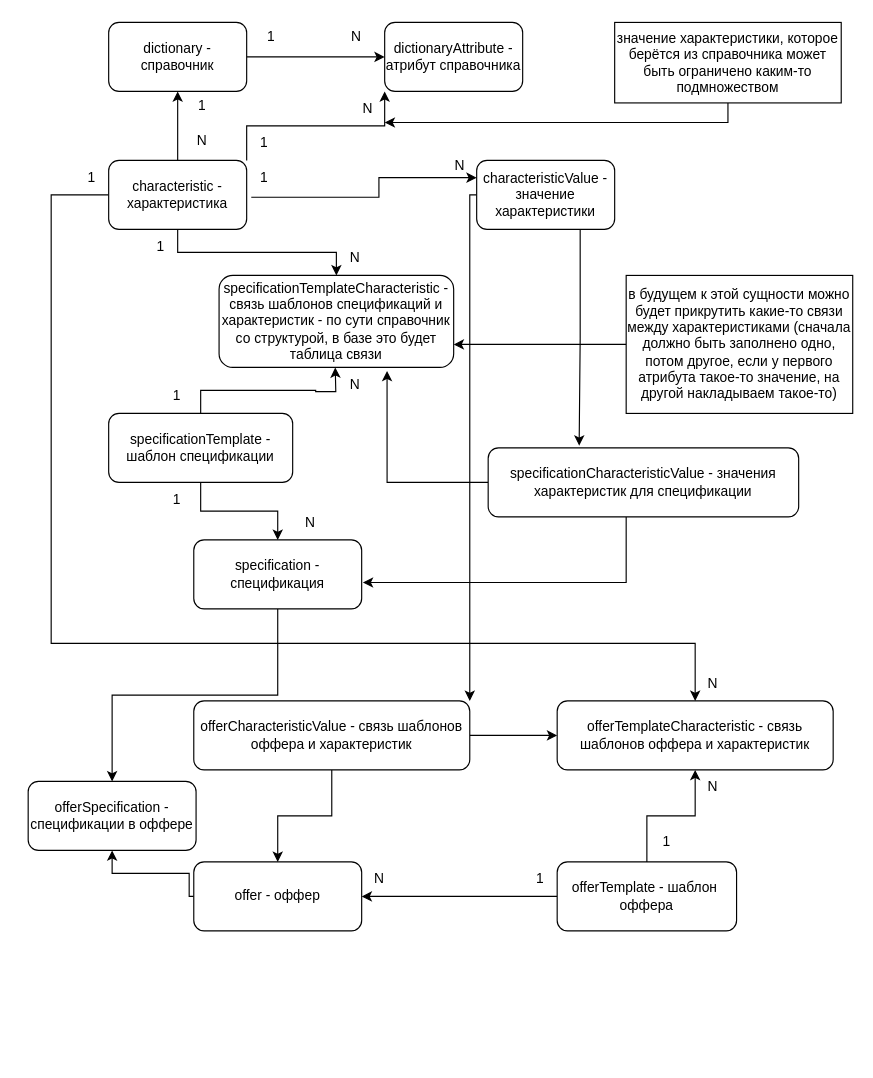
Earlier version of the draw.io diagram prodat.drawio (estet90/todo). Source tidied: cells renumbered, new cells numbered last; positions are measured from the earlier drawing's top-left corner, leaving out a move shared by most shapes. Both pictures are drawn from the tidied source at 115%, with x=0, y=0 at pixel (28, 20).
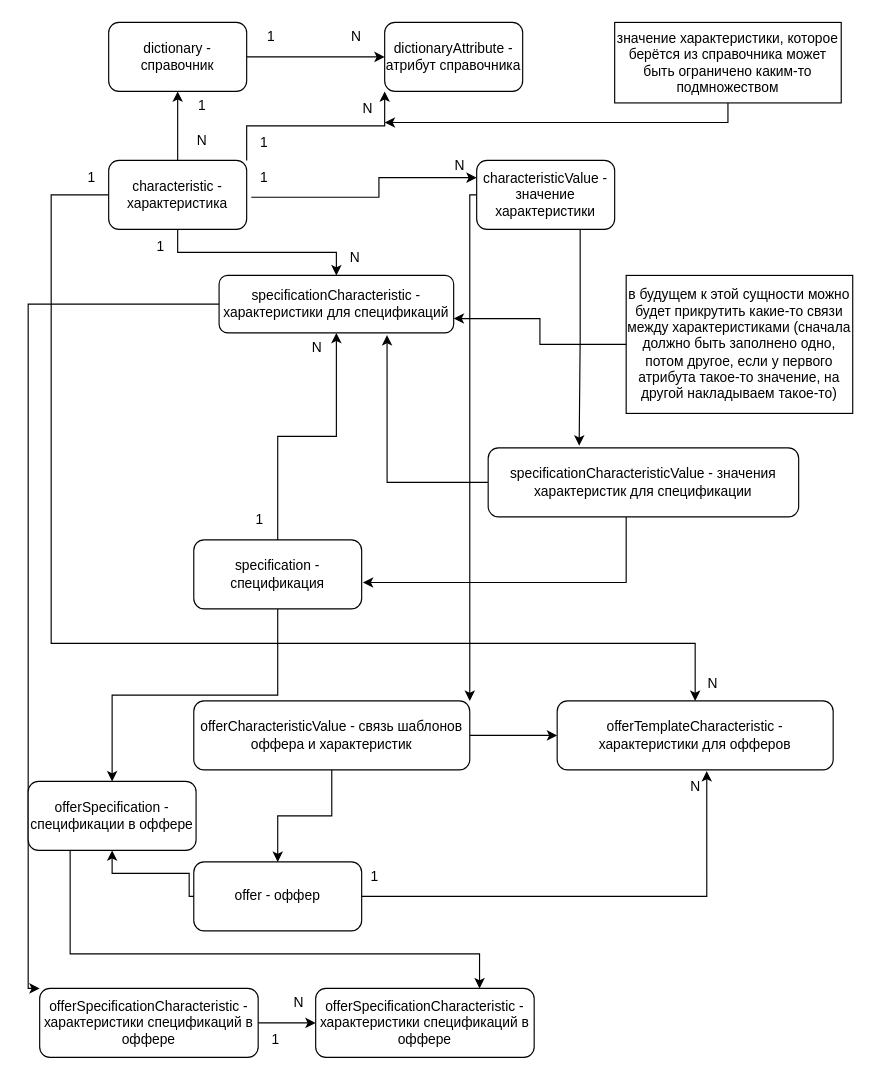
Above is the later version.

The change refers to these unchanged cells:
```xml
<mxCell id="33" value="&lt;div&gt;specification - спецификация&lt;br&gt;&lt;/div&gt;" style="rounded=1;whiteSpace=wrap;html=1;" parent="1" vertex="1">
  <mxGeometry x="144" y="452" width="146" height="60" as="geometry" />
</mxCell>
<mxCell id="42" value="&lt;div&gt;offer - оффер&lt;br&gt;&lt;/div&gt;" style="rounded=1;whiteSpace=wrap;html=1;" parent="1" vertex="1">
  <mxGeometry x="144" y="732" width="146" height="60" as="geometry" />
</mxCell>
<mxCell id="56" value="&lt;div&gt;offerSpecification - спецификации в оффере&lt;br&gt;&lt;/div&gt;" style="rounded=1;whiteSpace=wrap;html=1;" parent="1" vertex="1">
  <mxGeometry y="662" width="146" height="60" as="geometry" />
</mxCell>
```

Diff of the diagram source:
```diff
@@
-    <mxCell id="24" style="edgeStyle=orthogonalEdgeStyle;rounded=0;jettySize=auto;html=1;exitX=0.5;exitY=0;exitDx=0;exitDy=0;entryX=0.5;entryY=1;entryDx=0;entryDy=0;" parent="1" edge="1" source="26">
-      <mxGeometry relative="1" as="geometry">
-        <mxPoint x="267" y="302" as="targetPoint" />
-      </mxGeometry>
-    </mxCell>
-    <mxCell id="25" style="edgeStyle=orthogonalEdgeStyle;rounded=0;jettySize=auto;html=1;exitX=0.5;exitY=1;exitDx=0;exitDy=0;" parent="1" edge="1" source="26" target="33">
-      <mxGeometry relative="1" as="geometry" />
-    </mxCell>
-    <mxCell id="26" value="&lt;div&gt;specificationTemplate - шаблон спецификации&lt;br&gt;&lt;/div&gt;" style="rounded=1;whiteSpace=wrap;html=1;" parent="1" vertex="1">
-      <mxGeometry x="70" y="342" width="160" height="60" as="geometry" />
-    </mxCell>
+    <mxCell id="57" style="edgeStyle=orthogonalEdgeStyle;rounded=0;jettySize=auto;html=1;" parent="1" edge="1" source="27" target="66">
+      <mxGeometry relative="1" as="geometry">
+        <Array as="points">
+          <mxPoint y="247" />
+          <mxPoint y="842" />
+        </Array>
+      </mxGeometry>
+    </mxCell>
-    <mxCell id="27" value="&lt;div&gt;specificationTemplateCharacteristic - связь шаблонов спецификаций и характеристик - по сути справочник со структурой, в базе это будет таблица связи&lt;br&gt;&lt;/div&gt;" style="rounded=1;whiteSpace=wrap;html=1;" parent="1" vertex="1">
-      <mxGeometry x="166" y="222" width="204" height="80" as="geometry" />
+    <mxCell id="27" value="&lt;div&gt;specificationCharacteristic - характеристики для спецификаций&lt;br&gt;&lt;/div&gt;" style="rounded=1;whiteSpace=wrap;html=1;" parent="1" vertex="1">
+      <mxGeometry x="166" y="222" width="204" height="50" as="geometry" />
     </mxCell>
-    <mxCell id="28" value="1" style="text;html=1;align=center;verticalAlign=middle;strokeColor=none;fillColor=none;" parent="1" vertex="1">
-      <mxGeometry x="114" y="312" width="30" height="30" as="geometry" />
-    </mxCell>
-    <mxCell id="29" value="N" style="text;html=1;align=center;verticalAlign=middle;strokeColor=none;fillColor=none;" parent="1" vertex="1">
-      <mxGeometry x="269" y="302" width="30" height="30" as="geometry" />
-    </mxCell>
@@
+    <mxCell id="58" style="edgeStyle=orthogonalEdgeStyle;rounded=0;jettySize=auto;html=1;entryX=0.5;entryY=1;entryDx=0;entryDy=0;" parent="1" edge="1" source="33" target="27">
+      <mxGeometry relative="1" as="geometry" />
+    </mxCell>
@@
-    <mxCell id="34" value="1" style="text;html=1;align=center;verticalAlign=middle;strokeColor=none;fillColor=none;" parent="1" vertex="1">
-      <mxGeometry x="114" y="402" width="30" height="30" as="geometry" />
-    </mxCell>
-    <mxCell id="35" value="N" style="text;html=1;align=center;verticalAlign=middle;strokeColor=none;fillColor=none;" parent="1" vertex="1">
-      <mxGeometry x="230" y="422" width="30" height="30" as="geometry" />
-    </mxCell>
@@
+    <mxCell id="59" style="edgeStyle=orthogonalEdgeStyle;rounded=0;jettySize=auto;html=1;entryX=0.542;entryY=1.017;entryDx=0;entryDy=0;entryPerimeter=0;" parent="1" edge="1" source="42" target="48">
+      <mxGeometry relative="1" as="geometry" />
+    </mxCell>
@@
-    <mxCell id="43" style="edgeStyle=orthogonalEdgeStyle;rounded=0;jettySize=auto;html=1;entryX=1;entryY=0.5;entryDx=0;entryDy=0;" parent="1" edge="1" source="45" target="42">
-      <mxGeometry relative="1" as="geometry" />
-    </mxCell>
-    <mxCell id="44" style="edgeStyle=orthogonalEdgeStyle;rounded=0;jettySize=auto;html=1;entryX=0.5;entryY=1;entryDx=0;entryDy=0;" parent="1" edge="1" source="45" target="48">
-      <mxGeometry relative="1" as="geometry" />
-    </mxCell>
-    <mxCell id="45" value="&lt;div&gt;offerTemplate - шаблон&amp;nbsp; оффера&lt;br&gt;&lt;/div&gt;" style="rounded=1;whiteSpace=wrap;html=1;" parent="1" vertex="1">
-      <mxGeometry x="460" y="732" width="156" height="60" as="geometry" />
-    </mxCell>
-    <mxCell id="46" value="1" style="text;html=1;align=center;verticalAlign=middle;strokeColor=none;fillColor=none;" parent="1" vertex="1">
-      <mxGeometry x="430" y="732" width="30" height="30" as="geometry" />
-    </mxCell>
-    <mxCell id="47" value="N" style="text;html=1;align=center;verticalAlign=middle;strokeColor=none;fillColor=none;" parent="1" vertex="1">
-      <mxGeometry x="290" y="732" width="30" height="30" as="geometry" />
-    </mxCell>
-    <mxCell id="48" value="&lt;div&gt;offerTemplateCharacteristic - связь шаблонов оффера и характеристик&lt;br&gt;&lt;/div&gt;" style="rounded=1;whiteSpace=wrap;html=1;" parent="1" vertex="1">
+    <mxCell id="48" value="&lt;div&gt;offerTemplateCharacteristic - характеристики для офферов&lt;br&gt;&lt;/div&gt;" style="rounded=1;whiteSpace=wrap;html=1;" parent="1" vertex="1">
       <mxGeometry x="460" y="592" width="240" height="60" as="geometry" />
     </mxCell>
-    <mxCell id="49" value="1" style="text;html=1;align=center;verticalAlign=middle;strokeColor=none;fillColor=none;" parent="1" vertex="1">
-      <mxGeometry x="540" y="700" width="30" height="30" as="geometry" />
-    </mxCell>
-    <mxCell id="50" value="N" style="text;html=1;align=center;verticalAlign=middle;strokeColor=none;fillColor=none;" parent="1" vertex="1">
-      <mxGeometry x="580" y="652" width="30" height="30" as="geometry" />
-    </mxCell>
@@
+    <mxCell id="60" style="edgeStyle=orthogonalEdgeStyle;rounded=0;jettySize=auto;html=1;exitX=0.25;exitY=1;exitDx=0;exitDy=0;entryX=0.75;entryY=0;entryDx=0;entryDy=0;" parent="1" edge="1" source="56" target="67">
+      <mxGeometry relative="1" as="geometry">
+        <Array as="points">
+          <mxPoint x="37" y="812" />
+          <mxPoint x="393" y="812" />
+        </Array>
+      </mxGeometry>
+    </mxCell>
@@
+    <mxCell id="61" value="1" style="text;html=1;align=center;verticalAlign=middle;strokeColor=none;fillColor=none;" parent="1" vertex="1">
+      <mxGeometry x="186" y="420" width="30" height="30" as="geometry" />
+    </mxCell>
+    <mxCell id="62" value="N" style="text;html=1;align=center;verticalAlign=middle;strokeColor=none;fillColor=none;" parent="1" vertex="1">
+      <mxGeometry x="236" y="270" width="30" height="30" as="geometry" />
+    </mxCell>
+    <mxCell id="63" value="1" style="text;html=1;align=center;verticalAlign=middle;strokeColor=none;fillColor=none;" parent="1" vertex="1">
+      <mxGeometry x="286" y="730" width="30" height="30" as="geometry" />
+    </mxCell>
+    <mxCell id="64" value="N" style="text;html=1;align=center;verticalAlign=middle;strokeColor=none;fillColor=none;" parent="1" vertex="1">
+      <mxGeometry x="565" y="652" width="30" height="30" as="geometry" />
+    </mxCell>
+    <mxCell id="65" style="edgeStyle=orthogonalEdgeStyle;rounded=0;jettySize=auto;html=1;exitX=1;exitY=0.5;exitDx=0;exitDy=0;entryX=0;entryY=0.5;entryDx=0;entryDy=0;" parent="1" edge="1" source="66" target="67">
+      <mxGeometry relative="1" as="geometry" />
+    </mxCell>
+    <mxCell id="66" value="&lt;div&gt;offerSpecificationCharacteristic - характеристики спецификаций в оффере&lt;br&gt;&lt;/div&gt;" style="rounded=1;whiteSpace=wrap;html=1;" parent="1" vertex="1">
+      <mxGeometry x="10" y="842" width="190" height="60" as="geometry" />
+    </mxCell>
+    <mxCell id="67" value="&lt;div&gt;offerSpecificationCharacteristic - характеристики спецификаций в оффере&lt;br&gt;&lt;/div&gt;" style="rounded=1;whiteSpace=wrap;html=1;" parent="1" vertex="1">
+      <mxGeometry x="250" y="842" width="190" height="60" as="geometry" />
+    </mxCell>
+    <mxCell id="68" value="1" style="text;html=1;align=center;verticalAlign=middle;strokeColor=none;fillColor=none;" parent="1" vertex="1">
+      <mxGeometry x="200" y="872" width="30" height="30" as="geometry" />
+    </mxCell>
+    <mxCell id="69" value="N" style="text;html=1;align=center;verticalAlign=middle;strokeColor=none;fillColor=none;" parent="1" vertex="1">
+      <mxGeometry x="220" y="840" width="30" height="30" as="geometry" />
+    </mxCell>
```
